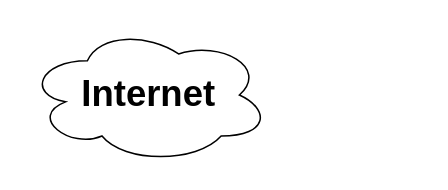
icheglakov/diagrams_ keeps this draw.io diagram as trackerr.drawio. Above is the earlier version. Source tidied: cells renumbered, new cells numbered last; positions are measured from the earlier drawing's top-left corner, leaving out a move shared by most shapes. Both pictures are drawn from the tidied source at 152%, with x=0, y=0 at pixel (26, 26).
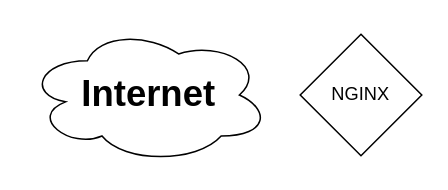
After the change.

Change to the diagram source:
```diff
@@
 <mxGraphModel>
   <root>
     <mxCell id="0" />
     <mxCell id="1" parent="0" />
     <mxCell id="2" style="ellipse;shape=cloud;whiteSpace=wrap;html=1;" parent="1" vertex="1">
       <mxGeometry width="160" height="90" as="geometry" />
     </mxCell>
     <mxCell id="3" value="Internet" style="text;strokeColor=none;fillColor=none;html=1;fontSize=24;fontStyle=1;verticalAlign=middle;align=center;" parent="1" vertex="1">
       <mxGeometry x="30" y="25" width="100" height="40" as="geometry" />
     </mxCell>
+    <mxCell id="4" value="NGINX" style="rhombus;whiteSpace=wrap;html=1;" parent="1" vertex="1">
+      <mxGeometry x="180" y="5" width="80" height="80" as="geometry" />
+    </mxCell>
   </root>
 </mxGraphModel>
```
